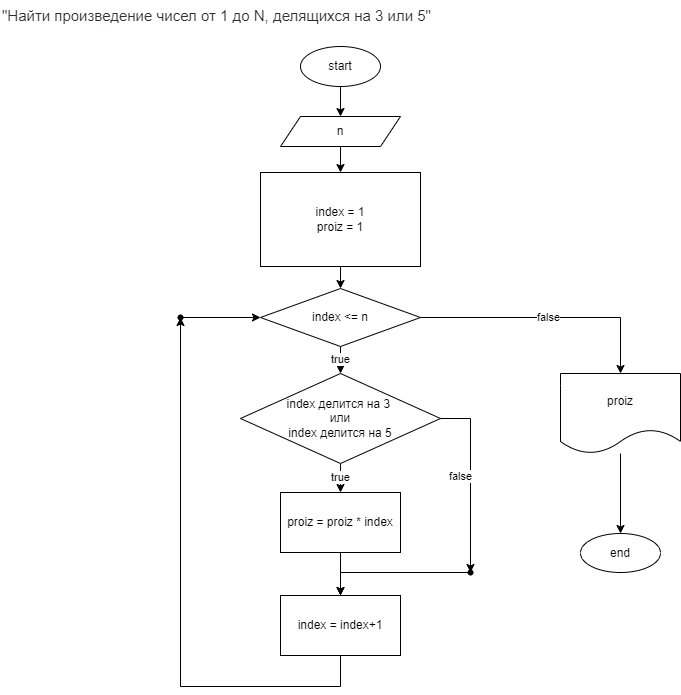
Earlier version of the draw.io export blok.drawio.png (SboevaTatiana/SboevaTatiana.github.io). Source tidied: cells renumbered, new cells last; positions are measured from the earlier drawing's top-left corner, leaving out a move shared by most shapes.
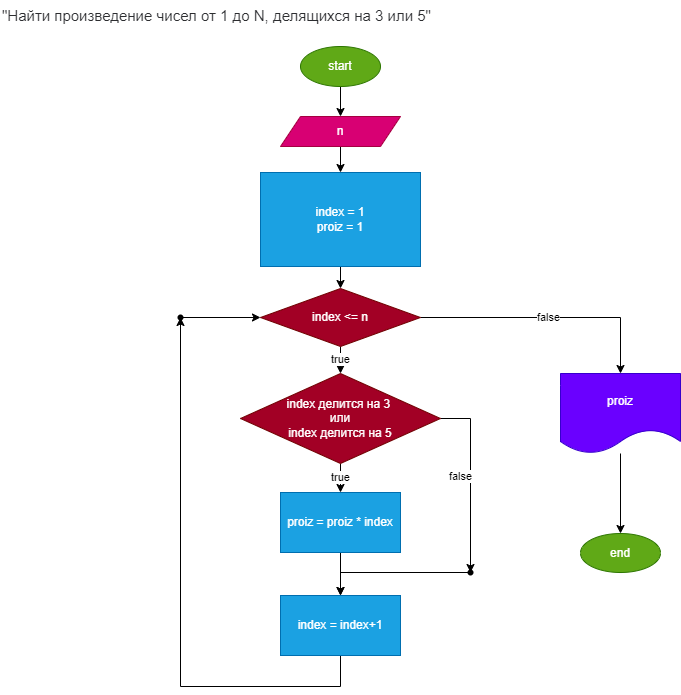
After the change.

Commit message:
выделили цветом блоки на схеме

Change to the diagram source:
```diff
@@ -5,19 +5,19 @@
     <mxCell id="2" style="edgeStyle=orthogonalEdgeStyle;rounded=0;jettySize=auto;html=1;" parent="1" edge="1" source="3" target="5">
       <mxGeometry relative="1" as="geometry" />
     </mxCell>
-    <mxCell id="3" value="start" style="ellipse;whiteSpace=wrap;html=1;" parent="1" vertex="1">
+    <mxCell id="3" value="start" style="ellipse;whiteSpace=wrap;html=1;fillColor=#60a917;fontColor=#ffffff;strokeColor=#2D7600;" parent="1" vertex="1">
       <mxGeometry x="300" y="46" width="80" height="40" as="geometry" />
     </mxCell>
     <mxCell id="4" style="edgeStyle=orthogonalEdgeStyle;rounded=0;jettySize=auto;html=1;" parent="1" edge="1" source="5" target="7">
       <mxGeometry relative="1" as="geometry" />
     </mxCell>
-    <mxCell id="5" value="n" style="shape=parallelogram;perimeter=parallelogramPerimeter;whiteSpace=wrap;html=1;fixedSize=1;" parent="1" vertex="1">
+    <mxCell id="5" value="n" style="shape=parallelogram;perimeter=parallelogramPerimeter;whiteSpace=wrap;html=1;fixedSize=1;fillColor=#d80073;fontColor=#ffffff;strokeColor=#A50040;" parent="1" vertex="1">
       <mxGeometry x="280" y="116" width="120" height="30" as="geometry" />
     </mxCell>
     <mxCell id="6" style="edgeStyle=orthogonalEdgeStyle;rounded=0;jettySize=auto;html=1;exitX=0.5;exitY=1;exitDx=0;exitDy=0;" parent="1" edge="1" source="7" target="10">
       <mxGeometry relative="1" as="geometry" />
     </mxCell>
-    <mxCell id="7" value="index = 1&lt;br style=&quot;border-color: var(--border-color);&quot;&gt;proiz = 1" style="whiteSpace=wrap;html=1;" parent="1" vertex="1">
+    <mxCell id="7" value="index = 1&lt;br style=&quot;border-color: var(--border-color);&quot;&gt;proiz = 1" style="whiteSpace=wrap;html=1;fillColor=#1ba1e2;fontColor=#ffffff;strokeColor=#006EAF;" parent="1" vertex="1">
       <mxGeometry x="260" y="172" width="160" height="94" as="geometry" />
     </mxCell>
     <mxCell id="8" value="true" style="edgeStyle=orthogonalEdgeStyle;rounded=0;jettySize=auto;html=1;" parent="1" edge="1" source="10" target="13">
@@ -26,7 +26,7 @@
     <mxCell id="9" value="false" style="edgeStyle=orthogonalEdgeStyle;rounded=0;jettySize=auto;html=1;" parent="1" edge="1" source="10" target="23">
       <mxGeometry relative="1" as="geometry" />
     </mxCell>
-    <mxCell id="10" value="index &amp;lt;= n" style="rhombus;whiteSpace=wrap;html=1;" parent="1" vertex="1">
+    <mxCell id="10" value="index &amp;lt;= n" style="rhombus;whiteSpace=wrap;html=1;fillColor=#a20025;fontColor=#ffffff;strokeColor=#6F0000;" parent="1" vertex="1">
       <mxGeometry x="260" y="288" width="160" height="58" as="geometry" />
     </mxCell>
     <mxCell id="11" value="true" style="edgeStyle=orthogonalEdgeStyle;rounded=0;jettySize=auto;html=1;" parent="1" edge="1" source="13" target="15">
@@ -35,13 +35,13 @@
     <mxCell id="12" value="false" style="edgeStyle=orthogonalEdgeStyle;rounded=0;jettySize=auto;html=1;" parent="1" edge="1" source="13" target="19">
       <mxGeometry x="-0.04" y="-10" relative="1" as="geometry" />
     </mxCell>
-    <mxCell id="13" value="index делится на 3&amp;nbsp;&lt;br&gt;или&lt;br&gt;index делится на 5" style="rhombus;whiteSpace=wrap;html=1;" parent="1" vertex="1">
+    <mxCell id="13" value="index делится на 3&amp;nbsp;&lt;br&gt;или&lt;br&gt;index делится на 5" style="rhombus;whiteSpace=wrap;html=1;fillColor=#a20025;fontColor=#ffffff;strokeColor=#6F0000;" parent="1" vertex="1">
       <mxGeometry x="240" y="373" width="200" height="90" as="geometry" />
     </mxCell>
     <mxCell id="14" style="edgeStyle=orthogonalEdgeStyle;rounded=0;jettySize=auto;html=1;" parent="1" edge="1" source="15" target="17">
       <mxGeometry relative="1" as="geometry" />
     </mxCell>
-    <mxCell id="15" value="proiz = proiz * index" style="whiteSpace=wrap;html=1;" parent="1" vertex="1">
+    <mxCell id="15" value="proiz = proiz * index" style="whiteSpace=wrap;html=1;fillColor=#1ba1e2;fontColor=#ffffff;strokeColor=#006EAF;" parent="1" vertex="1">
       <mxGeometry x="280" y="492" width="120" height="60" as="geometry" />
     </mxCell>
     <mxCell id="16" style="edgeStyle=orthogonalEdgeStyle;rounded=0;jettySize=auto;html=1;" parent="1" edge="1" source="17" target="21">
@@ -52,7 +52,7 @@
         </Array>
       </mxGeometry>
     </mxCell>
-    <mxCell id="17" value="index = index+1" style="whiteSpace=wrap;html=1;" parent="1" vertex="1">
+    <mxCell id="17" value="index = index+1" style="whiteSpace=wrap;html=1;fillColor=#1ba1e2;fontColor=#ffffff;strokeColor=#006EAF;" parent="1" vertex="1">
       <mxGeometry x="280" y="595" width="120" height="60" as="geometry" />
     </mxCell>
     <mxCell id="18" style="edgeStyle=orthogonalEdgeStyle;rounded=0;jettySize=auto;html=1;" parent="1" edge="1" source="19" target="17">
@@ -70,10 +70,10 @@
     <mxCell id="22" style="edgeStyle=orthogonalEdgeStyle;rounded=0;jettySize=auto;html=1;" parent="1" edge="1" source="23" target="24">
       <mxGeometry relative="1" as="geometry" />
     </mxCell>
-    <mxCell id="23" value="proiz" style="shape=document;whiteSpace=wrap;html=1;boundedLbl=1;" parent="1" vertex="1">
+    <mxCell id="23" value="proiz" style="shape=document;whiteSpace=wrap;html=1;boundedLbl=1;fillColor=#6a00ff;fontColor=#ffffff;strokeColor=#3700CC;" parent="1" vertex="1">
       <mxGeometry x="560" y="373" width="120" height="80" as="geometry" />
     </mxCell>
-    <mxCell id="24" value="end" style="ellipse;whiteSpace=wrap;html=1;" parent="1" vertex="1">
+    <mxCell id="24" value="end" style="ellipse;whiteSpace=wrap;html=1;fillColor=#60a917;fontColor=#ffffff;strokeColor=#2D7600;" parent="1" vertex="1">
       <mxGeometry x="580" y="533" width="80" height="39" as="geometry" />
     </mxCell>
     <mxCell id="25" value="&lt;span style=&quot;color: rgb(44 , 45 , 48) ; font-family: &amp;#34;roboto&amp;#34; , &amp;#34;san francisco&amp;#34; , &amp;#34;helvetica neue&amp;#34; , &amp;#34;helvetica&amp;#34; , &amp;#34;arial&amp;#34; ; font-size: 15px ; background-color: rgb(255 , 255 , 255)&quot;&gt;&quot;Найти произведение чисел от 1 до N, делящихся на 3 или 5&quot;&lt;/span&gt;" style="text;whiteSpace=wrap;html=1;" parent="1" vertex="1">
```
